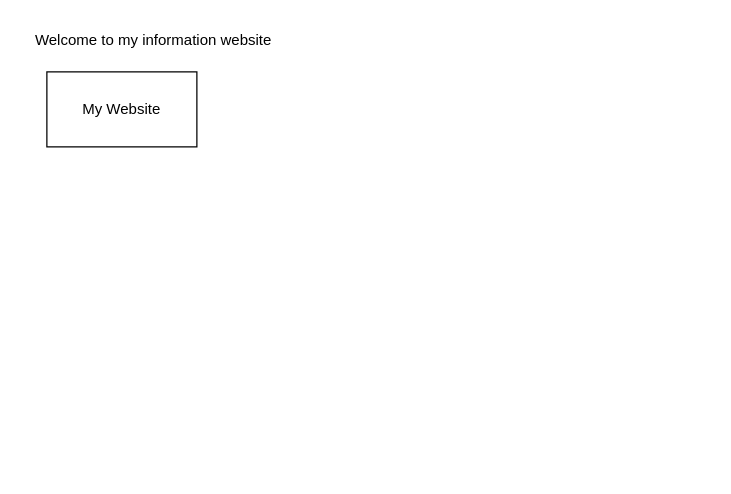
Above: project.drawio in imgouted/My-Personal-Project (draw.io), before the change. Source tidied: cells renumbered, new cells numbered last; positions are measured from the earlier drawing's top-left corner, leaving out a move shared by most shapes. Both pictures are drawn from the tidied source at 125%, with x=0, y=0 at pixel (21, 21).
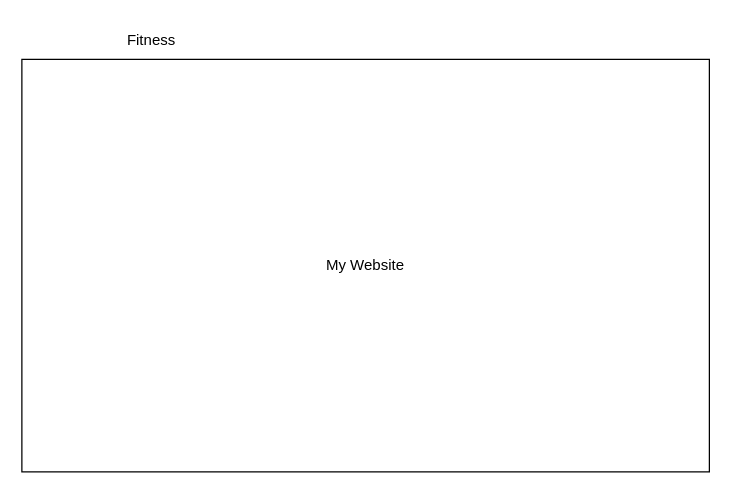
The same diagram, later.

The edit, as a diff of the source:
```diff
@@
 <mxGraphModel>
   <root>
     <mxCell id="0" />
     <mxCell id="1" parent="0" />
-    <mxCell id="2" value="Welcome to my information website" style="text;html=1;align=center;verticalAlign=middle;strokeColor=none;fillColor=none;" parent="1" vertex="1">
-      <mxGeometry width="210" height="30" as="geometry" />
+    <mxCell id="2" value="Fitness&amp;nbsp;" style="text;html=1;align=center;verticalAlign=middle;strokeColor=none;fillColor=none;" parent="1" vertex="1">
+      <mxGeometry x="70" width="70" height="30" as="geometry" />
     </mxCell>
     <mxCell id="3" value="My Website" style="rounded=0;whiteSpace=wrap;html=1;" parent="1" vertex="1">
-      <mxGeometry x="20" y="40" width="120" height="60" as="geometry" />
+      <mxGeometry y="30" width="550" height="330" as="geometry" />
     </mxCell>
   </root>
 </mxGraphModel>
```
